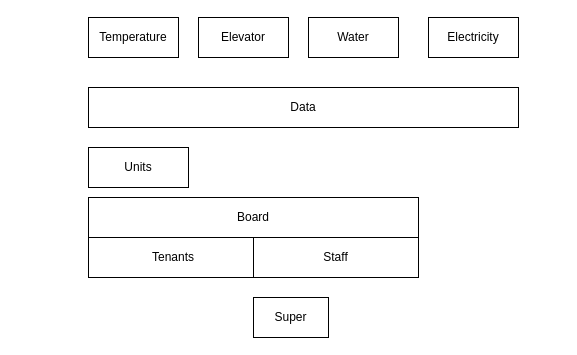
Earlier version of the draw.io diagram Untitled Diagram.drawio (mathewar/apty). Source tidied: cells renumbered, new cells numbered last; positions are measured from the earlier drawing's top-left corner, leaving out a move shared by most shapes. Both pictures are drawn from the tidied source at 100%, with x=0, y=0 at pixel (88, 17).
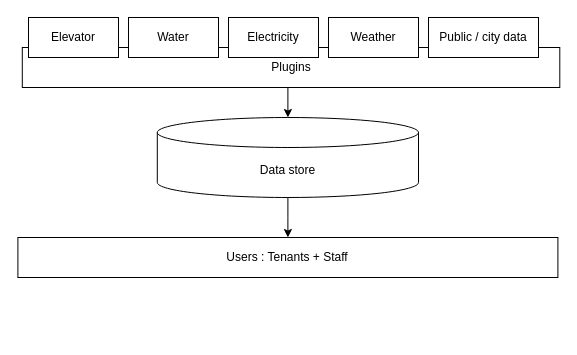
The same page after the edit.

What changed in the source:
```diff
@@
 <mxGraphModel>
   <root>
     <mxCell id="0" />
     <mxCell id="1" parent="0" />
-    <mxCell id="2" value="Tenants" style="rounded=0;whiteSpace=wrap;html=1;" parent="1" vertex="1">
-      <mxGeometry y="220" width="170" height="40" as="geometry" />
-    </mxCell>
-    <mxCell id="3" value="Units" style="rounded=0;whiteSpace=wrap;html=1;" parent="1" vertex="1">
-      <mxGeometry y="130" width="100" height="40" as="geometry" />
-    </mxCell>
-    <mxCell id="4" value="Data" style="rounded=0;whiteSpace=wrap;html=1;" parent="1" vertex="1">
-      <mxGeometry y="70" width="430" height="40" as="geometry" />
-    </mxCell>
+    <mxCell id="12" style="edgeStyle=orthogonalEdgeStyle;rounded=0;jettySize=auto;html=1;exitX=0.5;exitY=1;exitDx=0;exitDy=0;entryX=0.5;entryY=0;entryDx=0;entryDy=0;entryPerimeter=0;" parent="1" edge="1" source="5" target="15">
+      <mxGeometry relative="1" as="geometry" />
+    </mxCell>
-    <mxCell id="5" value="Temperature" style="rounded=0;whiteSpace=wrap;html=1;" parent="1" vertex="1">
-      <mxGeometry width="90" height="40" as="geometry" />
+    <mxCell id="5" value="Plugins" style="rounded=0;whiteSpace=wrap;html=1;" parent="1" vertex="1">
+      <mxGeometry x="-66.2" y="30" width="537.5" height="40" as="geometry" />
     </mxCell>
     <mxCell id="6" value="Elevator" style="rounded=0;whiteSpace=wrap;html=1;" parent="1" vertex="1">
-      <mxGeometry x="110" width="90" height="40" as="geometry" />
+      <mxGeometry x="-60" width="90" height="40" as="geometry" />
     </mxCell>
     <mxCell id="7" value="Water" style="rounded=0;whiteSpace=wrap;html=1;" parent="1" vertex="1">
-      <mxGeometry x="220" width="90" height="40" as="geometry" />
+      <mxGeometry x="40" width="90" height="40" as="geometry" />
     </mxCell>
     <mxCell id="8" value="Electricity" style="rounded=0;whiteSpace=wrap;html=1;" parent="1" vertex="1">
-      <mxGeometry x="340" width="90" height="40" as="geometry" />
+      <mxGeometry x="140" width="90" height="40" as="geometry" />
     </mxCell>
-    <mxCell id="9" value="Staff" style="rounded=0;whiteSpace=wrap;html=1;" parent="1" vertex="1">
-      <mxGeometry x="165" y="220" width="165" height="40" as="geometry" />
-    </mxCell>
-    <mxCell id="10" value="Super" style="rounded=0;whiteSpace=wrap;html=1;" parent="1" vertex="1">
-      <mxGeometry x="165" y="280" width="75" height="40" as="geometry" />
-    </mxCell>
-    <mxCell id="11" value="Board" style="rounded=0;whiteSpace=wrap;html=1;" parent="1" vertex="1">
-      <mxGeometry y="180" width="330" height="40" as="geometry" />
-    </mxCell>
+    <mxCell id="13" value="Users : Tenants + Staff" style="rounded=0;whiteSpace=wrap;html=1;" parent="1" vertex="1">
+      <mxGeometry x="-70.6" y="220" width="540" height="40" as="geometry" />
+    </mxCell>
+    <mxCell id="14" style="edgeStyle=orthogonalEdgeStyle;rounded=0;jettySize=auto;html=1;entryX=0.5;entryY=0;entryDx=0;entryDy=0;" parent="1" edge="1" source="15" target="13">
+      <mxGeometry relative="1" as="geometry" />
+    </mxCell>
+    <mxCell id="15" value="Data store" style="shape=cylinder3;whiteSpace=wrap;html=1;boundedLbl=1;backgroundOutline=1;size=15;" parent="1" vertex="1">
+      <mxGeometry x="68.8" y="100" width="261.2" height="80" as="geometry" />
+    </mxCell>
+    <mxCell id="16" value="Weather" style="rounded=0;whiteSpace=wrap;html=1;" parent="1" vertex="1">
+      <mxGeometry x="240" width="90" height="40" as="geometry" />
+    </mxCell>
+    <mxCell id="17" value="Public / city data" style="rounded=0;whiteSpace=wrap;html=1;" parent="1" vertex="1">
+      <mxGeometry x="340" width="110" height="40" as="geometry" />
+    </mxCell>
   </root>
 </mxGraphModel>
```
